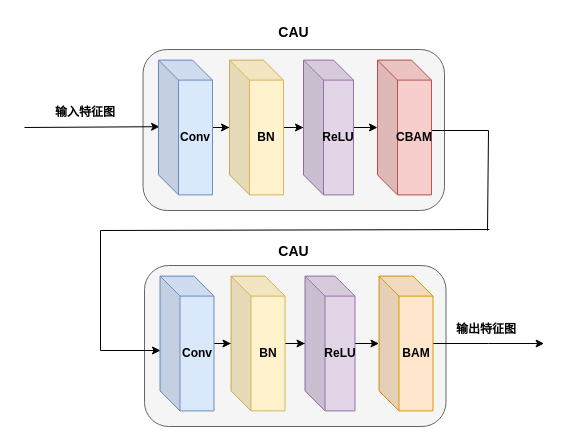
Earlier version of the draw.io diagram cross-attention-unit.drawio (JMYok/wx_crossLearn). Source tidied: cells renumbered, new cells numbered last; positions are measured from the earlier drawing's top-left corner, leaving out a move shared by most shapes. Both pictures are drawn from the tidied source at 100%, with x=0, y=0 at pixel (24, 17).
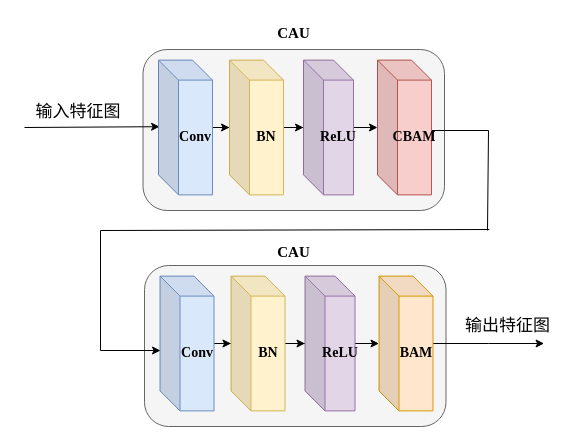
After the change.

The edit, as a diff of the source:
```diff
@@
-    <mxCell id="4" value="&lt;b&gt;输入特征图&lt;/b&gt;" style="text;html=1;align=center;verticalAlign=middle;whiteSpace=wrap;rounded=0;" parent="1" vertex="1">
-      <mxGeometry x="20.5" y="80" width="80" height="30" as="geometry" />
+    <mxCell id="4" value="&lt;span&gt;输入特征图&lt;/span&gt;" style="text;html=1;align=center;verticalAlign=middle;whiteSpace=wrap;rounded=0;fontFamily=SimSun;fontStyle=0;fontSize=17;" parent="1" vertex="1">
+      <mxGeometry x="6" y="80" width="95.5" height="30" as="geometry" />
     </mxCell>
@@
-    <mxCell id="6" value="&lt;b&gt;Conv&lt;/b&gt;" style="shape=cube;whiteSpace=wrap;html=1;boundedLbl=1;backgroundOutline=1;darkOpacity=0.05;darkOpacity2=0.1;fillColor=#dae8fc;strokeColor=#6c8ebf;" parent="1" vertex="1">
+    <mxCell id="6" value="&lt;b&gt;&lt;font style=&quot;font-size: 14px;&quot;&gt;Conv&lt;/font&gt;&lt;/b&gt;" style="shape=cube;whiteSpace=wrap;html=1;boundedLbl=1;backgroundOutline=1;darkOpacity=0.05;darkOpacity2=0.1;fillColor=#dae8fc;strokeColor=#6c8ebf;fontFamily=Times New Roman;" parent="1" vertex="1">
       <mxGeometry x="134" y="42.6" width="54" height="134.8" as="geometry" />
     </mxCell>
@@
-    <mxCell id="8" value="&lt;b&gt;BN&lt;/b&gt;" style="shape=cube;whiteSpace=wrap;html=1;boundedLbl=1;backgroundOutline=1;darkOpacity=0.05;darkOpacity2=0.1;fillColor=#fff2cc;strokeColor=#d6b656;" parent="1" vertex="1">
+    <mxCell id="8" value="&lt;b&gt;&lt;font style=&quot;font-size: 14px;&quot;&gt;BN&lt;/font&gt;&lt;/b&gt;" style="shape=cube;whiteSpace=wrap;html=1;boundedLbl=1;backgroundOutline=1;darkOpacity=0.05;darkOpacity2=0.1;fillColor=#fff2cc;strokeColor=#d6b656;fontFamily=Times New Roman;" parent="1" vertex="1">
       <mxGeometry x="205" y="42.6" width="54" height="134.8" as="geometry" />
     </mxCell>
@@
-    <mxCell id="10" value="&lt;b&gt;ReLU&lt;/b&gt;" style="shape=cube;whiteSpace=wrap;html=1;boundedLbl=1;backgroundOutline=1;darkOpacity=0.05;darkOpacity2=0.1;fillColor=#e1d5e7;strokeColor=#9673a6;" parent="1" vertex="1">
+    <mxCell id="10" value="&lt;b&gt;ReLU&lt;/b&gt;" style="shape=cube;whiteSpace=wrap;html=1;boundedLbl=1;backgroundOutline=1;darkOpacity=0.05;darkOpacity2=0.1;fillColor=#e1d5e7;strokeColor=#9673a6;fontSize=14;fontFamily=Times New Roman;" parent="1" vertex="1">
       <mxGeometry x="279" y="42.6" width="50" height="134.8" as="geometry" />
     </mxCell>
@@
-    <mxCell id="12" value="&lt;b&gt;CBAM&lt;/b&gt;" style="shape=cube;whiteSpace=wrap;html=1;boundedLbl=1;backgroundOutline=1;darkOpacity=0.05;darkOpacity2=0.1;fillColor=#f8cecc;strokeColor=#b85450;" parent="1" vertex="1">
+    <mxCell id="12" value="&lt;b&gt;CBAM&lt;/b&gt;" style="shape=cube;whiteSpace=wrap;html=1;boundedLbl=1;backgroundOutline=1;darkOpacity=0.05;darkOpacity2=0.1;fillColor=#f8cecc;strokeColor=#b85450;fontSize=14;fontFamily=Times New Roman;" parent="1" vertex="1">
       <mxGeometry x="353" y="42.6" width="54" height="134.8" as="geometry" />
     </mxCell>
@@
-    <mxCell id="14" value="&lt;b&gt;输出特征图&lt;/b&gt;" style="text;html=1;align=center;verticalAlign=middle;whiteSpace=wrap;rounded=0;" parent="1" vertex="1">
-      <mxGeometry x="421.5" y="296" width="80" height="31" as="geometry" />
+    <mxCell id="14" value="&lt;span&gt;输出特征图&lt;/span&gt;" style="text;html=1;align=center;verticalAlign=middle;whiteSpace=wrap;rounded=0;fontStyle=0;fontFamily=SimSun;fontSize=17;" parent="1" vertex="1">
+      <mxGeometry x="436" y="293" width="94.5" height="31" as="geometry" />
     </mxCell>
@@
-    <mxCell id="16" value="&lt;b&gt;Conv&lt;/b&gt;" style="shape=cube;whiteSpace=wrap;html=1;boundedLbl=1;backgroundOutline=1;darkOpacity=0.05;darkOpacity2=0.1;fillColor=#dae8fc;strokeColor=#6c8ebf;" parent="1" vertex="1">
+    <mxCell id="16" value="&lt;b&gt;Conv&lt;/b&gt;" style="shape=cube;whiteSpace=wrap;html=1;boundedLbl=1;backgroundOutline=1;darkOpacity=0.05;darkOpacity2=0.1;fillColor=#dae8fc;strokeColor=#6c8ebf;fontSize=14;fontFamily=Times New Roman;" parent="1" vertex="1">
       <mxGeometry x="135.5" y="258.6" width="54" height="134.8" as="geometry" />
     </mxCell>
@@
-    <mxCell id="18" value="&lt;b&gt;BN&lt;/b&gt;" style="shape=cube;whiteSpace=wrap;html=1;boundedLbl=1;backgroundOutline=1;darkOpacity=0.05;darkOpacity2=0.1;fillColor=#fff2cc;strokeColor=#d6b656;" parent="1" vertex="1">
+    <mxCell id="18" value="&lt;b&gt;BN&lt;/b&gt;" style="shape=cube;whiteSpace=wrap;html=1;boundedLbl=1;backgroundOutline=1;darkOpacity=0.05;darkOpacity2=0.1;fillColor=#fff2cc;strokeColor=#d6b656;fontSize=14;fontFamily=Times New Roman;" parent="1" vertex="1">
       <mxGeometry x="206.5" y="258.6" width="54" height="134.8" as="geometry" />
     </mxCell>
@@
-    <mxCell id="20" value="&lt;b&gt;ReLU&lt;/b&gt;" style="shape=cube;whiteSpace=wrap;html=1;boundedLbl=1;backgroundOutline=1;darkOpacity=0.05;darkOpacity2=0.1;fillColor=#e1d5e7;strokeColor=#9673a6;" parent="1" vertex="1">
+    <mxCell id="20" value="&lt;b&gt;ReLU&lt;/b&gt;" style="shape=cube;whiteSpace=wrap;html=1;boundedLbl=1;backgroundOutline=1;darkOpacity=0.05;darkOpacity2=0.1;fillColor=#e1d5e7;strokeColor=#9673a6;fontSize=14;fontFamily=Times New Roman;" parent="1" vertex="1">
       <mxGeometry x="280.5" y="258.6" width="50" height="134.8" as="geometry" />
     </mxCell>
@@
-    <mxCell id="22" value="&lt;b&gt;BAM&lt;/b&gt;" style="shape=cube;whiteSpace=wrap;html=1;boundedLbl=1;backgroundOutline=1;darkOpacity=0.05;darkOpacity2=0.1;fillColor=#ffe6cc;strokeColor=#d79b00;" parent="1" vertex="1">
+    <mxCell id="22" value="&lt;b&gt;BAM&lt;/b&gt;" style="shape=cube;whiteSpace=wrap;html=1;boundedLbl=1;backgroundOutline=1;darkOpacity=0.05;darkOpacity2=0.1;fillColor=#ffe6cc;strokeColor=#d79b00;fontSize=14;fontFamily=Times New Roman;" parent="1" vertex="1">
       <mxGeometry x="354.5" y="258.6" width="54" height="134.8" as="geometry" />
     </mxCell>
-    <mxCell id="23" value="CAU" style="text;html=1;align=center;verticalAlign=middle;strokeColor=none;fillColor=none;fontSize=14;fontStyle=1;" parent="1" vertex="1">
-      <mxGeometry x="245.3" width="48" height="29" as="geometry" />
+    <mxCell id="23" value="CAU" style="text;html=1;align=center;verticalAlign=middle;strokeColor=none;fillColor=none;fontSize=15;fontStyle=1;fontFamily=Times New Roman;" parent="1" vertex="1">
+      <mxGeometry x="239.3" width="60" height="30" as="geometry" />
     </mxCell>
-    <mxCell id="24" value="CAU" style="text;html=1;align=center;verticalAlign=middle;strokeColor=none;fillColor=none;fontSize=14;fontStyle=1;" parent="1" vertex="1">
-      <mxGeometry x="245.3" y="219" width="48" height="29" as="geometry" />
+    <mxCell id="24" value="CAU" style="text;html=1;align=center;verticalAlign=middle;strokeColor=none;fillColor=none;fontSize=15;fontStyle=1;fontFamily=Times New Roman;" parent="1" vertex="1">
+      <mxGeometry x="239.3" y="219" width="60" height="30" as="geometry" />
     </mxCell>
```
